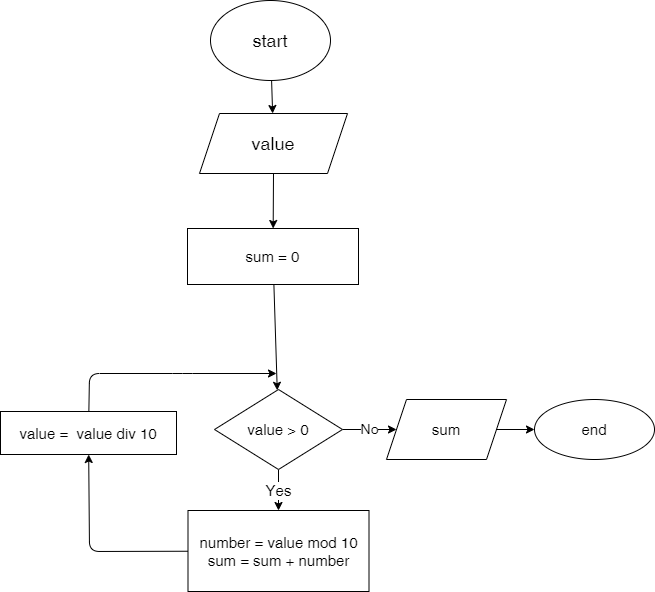
Earlier version of the draw.io export Homework/Lesson04/task27/alg.drawio.png (sergdmi/3-Code). Source tidied: cells renumbered, new cells last; positions are measured from the earlier drawing's top-left corner, leaving out a move shared by most shapes. The source it was exported from:
```xml
<mxGraphModel>
  <root>
    <mxCell id="0" />
    <mxCell id="1" parent="0" />
    <mxCell id="2" style="edgeStyle=none;html=1;fontSize=18;" parent="1" edge="1" source="3" target="4">
      <mxGeometry relative="1" as="geometry" />
    </mxCell>
    <mxCell id="3" value="start" style="ellipse;whiteSpace=wrap;html=1;fontSize=18;" parent="1" vertex="1">
      <mxGeometry x="210" width="120" height="80" as="geometry" />
    </mxCell>
    <mxCell id="4" value="value" style="shape=parallelogram;perimeter=parallelogramPerimeter;whiteSpace=wrap;html=1;fixedSize=1;fontSize=18;" parent="1" vertex="1">
      <mxGeometry x="199" y="113" width="148" height="60" as="geometry" />
    </mxCell>
    <mxCell id="5" style="edgeStyle=none;html=1;fontSize=18;exitX=0.5;exitY=1;exitDx=0;exitDy=0;" parent="1" edge="1" source="4" target="7">
      <mxGeometry relative="1" as="geometry" />
    </mxCell>
    <mxCell id="6" style="edgeStyle=none;html=1;fontSize=15;" parent="1" edge="1" source="7" target="10">
      <mxGeometry relative="1" as="geometry" />
    </mxCell>
    <mxCell id="7" value="sum = 0&lt;br&gt;" style="whiteSpace=wrap;html=1;fontSize=15;" parent="1" vertex="1">
      <mxGeometry x="187" y="228" width="171" height="56" as="geometry" />
    </mxCell>
    <mxCell id="8" value="Yes" style="edgeStyle=none;html=1;fontSize=15;" parent="1" edge="1" source="10" target="12">
      <mxGeometry relative="1" as="geometry" />
    </mxCell>
    <mxCell id="9" value="No" style="edgeStyle=none;html=1;fontSize=14;" parent="1" edge="1" source="10" target="16">
      <mxGeometry relative="1" as="geometry" />
    </mxCell>
    <mxCell id="10" value="value &amp;gt; 0" style="rhombus;whiteSpace=wrap;html=1;fontSize=15;" parent="1" vertex="1">
      <mxGeometry x="214" y="389" width="128" height="80" as="geometry" />
    </mxCell>
    <mxCell id="11" style="edgeStyle=none;html=1;fontSize=15;" parent="1" edge="1" source="12" target="14">
      <mxGeometry relative="1" as="geometry">
        <Array as="points">
          <mxPoint x="89" y="551" />
        </Array>
      </mxGeometry>
    </mxCell>
    <mxCell id="12" value="number = value mod 10&lt;br&gt;sum = sum + number" style="whiteSpace=wrap;html=1;fontSize=15;" parent="1" vertex="1">
      <mxGeometry x="187.5" y="510" width="181" height="81" as="geometry" />
    </mxCell>
    <mxCell id="13" style="edgeStyle=none;html=1;fontSize=15;" parent="1" edge="1" source="14">
      <mxGeometry relative="1" as="geometry">
        <mxPoint x="276" y="373" as="targetPoint" />
        <Array as="points">
          <mxPoint x="89" y="373" />
          <mxPoint x="182" y="373" />
        </Array>
      </mxGeometry>
    </mxCell>
    <mxCell id="14" value="value =&amp;nbsp; value div 10" style="whiteSpace=wrap;html=1;fontSize=15;" parent="1" vertex="1">
      <mxGeometry y="411" width="176" height="43" as="geometry" />
    </mxCell>
    <mxCell id="15" style="edgeStyle=none;html=1;fontSize=14;" parent="1" edge="1" source="16" target="17">
      <mxGeometry relative="1" as="geometry" />
    </mxCell>
    <mxCell id="16" value="sum" style="shape=parallelogram;perimeter=parallelogramPerimeter;whiteSpace=wrap;html=1;fixedSize=1;fontSize=15;" parent="1" vertex="1">
      <mxGeometry x="386" y="399" width="120" height="60" as="geometry" />
    </mxCell>
    <mxCell id="17" value="end" style="ellipse;whiteSpace=wrap;html=1;fontSize=15;" parent="1" vertex="1">
      <mxGeometry x="534" y="399" width="120" height="60" as="geometry" />
    </mxCell>
  </root>
</mxGraphModel>
```
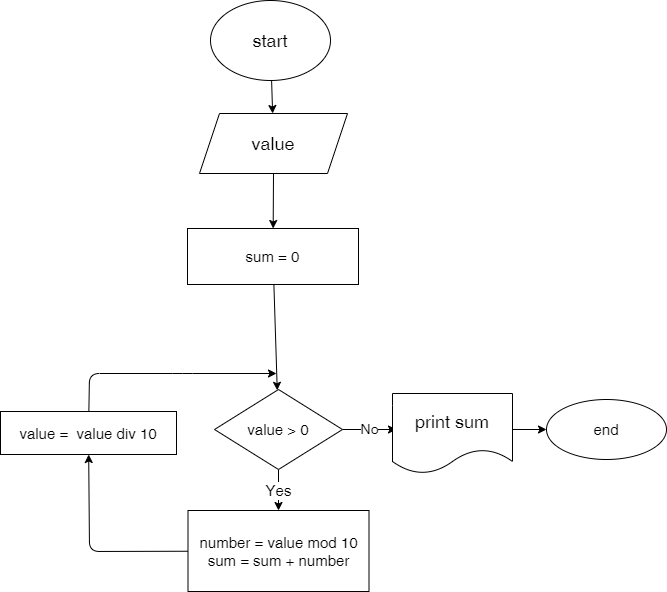
The same file after the commit.

What changed in the source:
```diff
@@ -23,8 +23,10 @@
     <mxCell id="8" value="Yes" style="edgeStyle=none;html=1;fontSize=15;" parent="1" edge="1" source="10" target="12">
       <mxGeometry relative="1" as="geometry" />
     </mxCell>
-    <mxCell id="9" value="No" style="edgeStyle=none;html=1;fontSize=14;" parent="1" edge="1" source="10" target="16">
-      <mxGeometry relative="1" as="geometry" />
+    <mxCell id="9" value="No" style="edgeStyle=none;html=1;fontSize=14;" parent="1" edge="1" source="10">
+      <mxGeometry relative="1" as="geometry">
+        <mxPoint x="396" y="429" as="targetPoint" />
+      </mxGeometry>
     </mxCell>
     <mxCell id="10" value="value &amp;gt; 0" style="rhombus;whiteSpace=wrap;html=1;fontSize=15;" parent="1" vertex="1">
       <mxGeometry x="214" y="389" width="128" height="80" as="geometry" />
@@ -51,14 +53,16 @@
     <mxCell id="14" value="value =&amp;nbsp; value div 10" style="whiteSpace=wrap;html=1;fontSize=15;" parent="1" vertex="1">
       <mxGeometry y="411" width="176" height="43" as="geometry" />
     </mxCell>
-    <mxCell id="15" style="edgeStyle=none;html=1;fontSize=14;" parent="1" edge="1" source="16" target="17">
-      <mxGeometry relative="1" as="geometry" />
+    <mxCell id="15" style="edgeStyle=none;html=1;fontSize=14;" parent="1" edge="1" target="17">
+      <mxGeometry relative="1" as="geometry">
+        <mxPoint x="496" y="429" as="sourcePoint" />
+      </mxGeometry>
     </mxCell>
-    <mxCell id="16" value="sum" style="shape=parallelogram;perimeter=parallelogramPerimeter;whiteSpace=wrap;html=1;fixedSize=1;fontSize=15;" parent="1" vertex="1">
-      <mxGeometry x="386" y="399" width="120" height="60" as="geometry" />
-    </mxCell>
     <mxCell id="17" value="end" style="ellipse;whiteSpace=wrap;html=1;fontSize=15;" parent="1" vertex="1">
-      <mxGeometry x="534" y="399" width="120" height="60" as="geometry" />
+      <mxGeometry x="546" y="399" width="120" height="60" as="geometry" />
     </mxCell>
+    <mxCell id="18" value="print sum" style="shape=document;whiteSpace=wrap;html=1;boundedLbl=1;fontSize=18;" parent="1" vertex="1">
+      <mxGeometry x="392" y="393" width="120" height="80" as="geometry" />
+    </mxCell>
   </root>
 </mxGraphModel>
```
